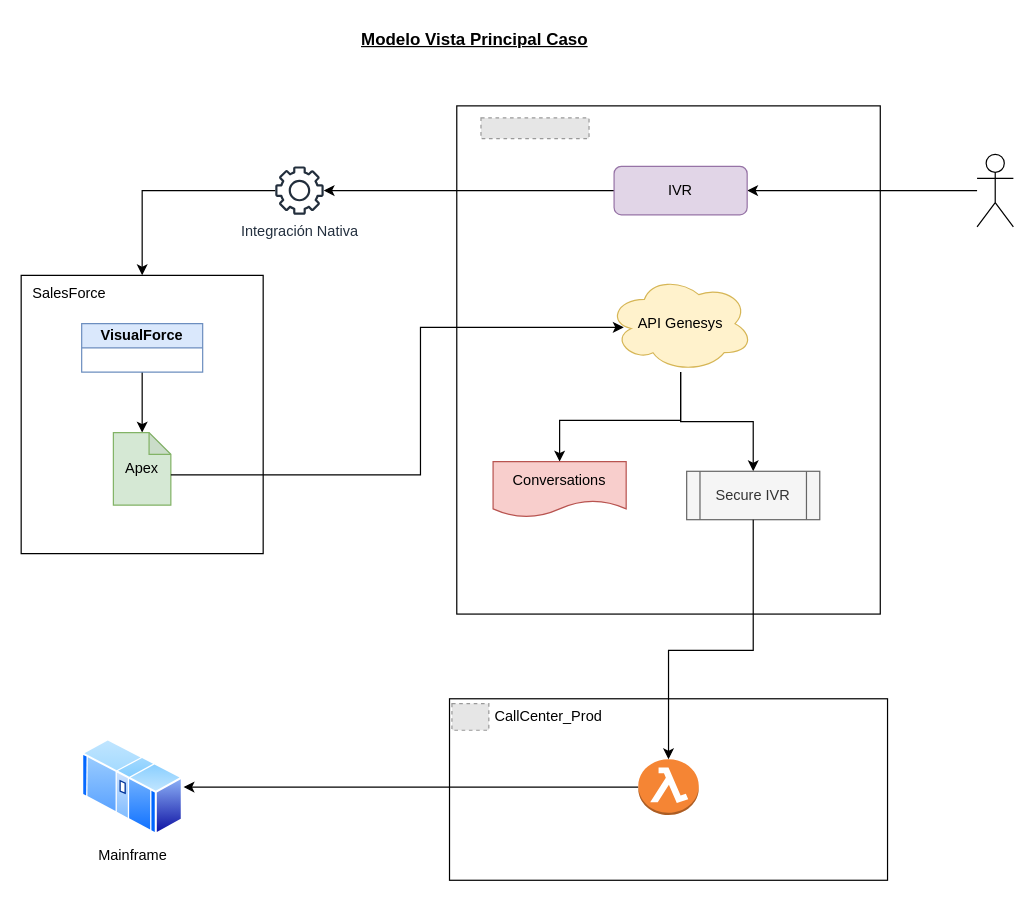
Earlier version of the draw.io diagram page "Modelo Caso" (1 of 3) of Modelo General SF Genesys.drawio (nonate/personalProject). Source tidied: cells renumbered, new cells numbered last; positions are measured from the earlier drawing's top-left corner, leaving out a move shared by most shapes. Both pictures are drawn from the tidied source at 121%, with x=0, y=0 at pixel (21, 21). Pictures stored in the file or linked from it are replaced by grey dashed boxes.
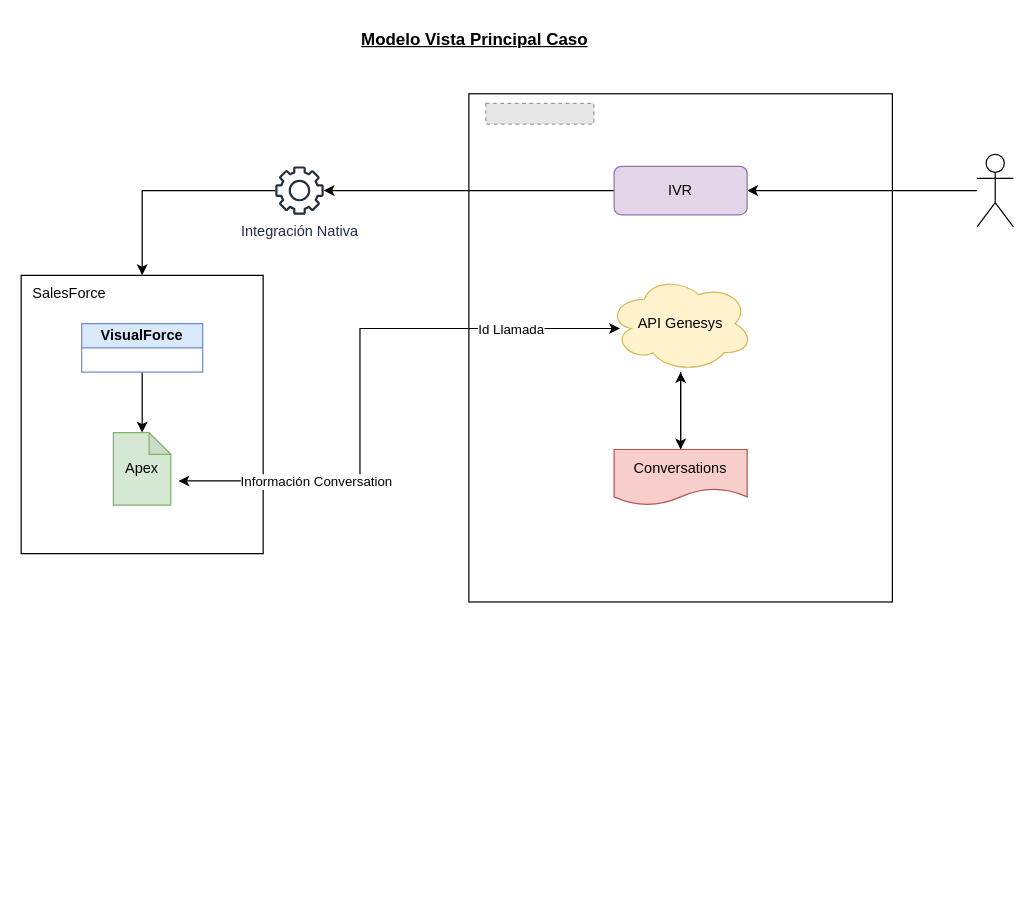
Above is the later version.

The change refers to these unchanged cells:
```xml
<mxCell id="6" value="Apex" style="shape=note;whiteSpace=wrap;html=1;backgroundOutline=1;darkOpacity=0.05;size=18;fillColor=#d5e8d4;strokeColor=#82b366;" parent="1" vertex="1">
  <mxGeometry x="76.2" y="340" width="47.5" height="60" as="geometry" />
</mxCell>
<mxCell id="17" value="API Genesys" style="ellipse;shape=cloud;whiteSpace=wrap;html=1;fillColor=#fff2cc;strokeColor=#d6b656;" parent="1" vertex="1">
  <mxGeometry x="485" y="210" width="120" height="80" as="geometry" />
</mxCell>
```

Diff of the diagram source:
```diff
@@
     <mxCell id="8" style="rounded=0;whiteSpace=wrap;html=1;" parent="1" vertex="1">
-      <mxGeometry x="360" y="70" width="350" height="420" as="geometry" />
+      <mxGeometry x="370" y="60" width="350" height="420" as="geometry" />
     </mxCell>
     <mxCell id="9" style="fillColor=#E6E6E6;strokeColor=#999999;dashed=1;verticalLabelPosition=bottom;labelBackgroundColor=default;verticalAlign=top;" parent="1" vertex="1">
-      <mxGeometry x="380" y="80" width="89.3" height="17" as="geometry" />
+      <mxGeometry x="384" y="68" width="89.3" height="17" as="geometry" />
     </mxCell>
@@
-    <mxCell id="16" style="edgeStyle=orthogonalEdgeStyle;rounded=0;jettySize=auto;html=1;entryX=0.5;entryY=0;entryDx=0;entryDy=0;" parent="1" edge="1" source="17" target="20">
-      <mxGeometry relative="1" as="geometry">
-        <Array as="points">
-          <mxPoint x="545" y="331" />
-          <mxPoint x="605" y="331" />
-        </Array>
-      </mxGeometry>
-    </mxCell>
+    <mxCell id="29" style="edgeStyle=orthogonalEdgeStyle;rounded=0;jettySize=auto;html=1;entryX=0.5;entryY=0;entryDx=0;entryDy=0;" parent="1" edge="1" source="17" target="28">
+      <mxGeometry relative="1" as="geometry">
+        <Array as="points">
+          <mxPoint x="545" y="310" />
+          <mxPoint x="545" y="310" />
+        </Array>
+      </mxGeometry>
+    </mxCell>
@@
-    <mxCell id="18" style="edgeStyle=orthogonalEdgeStyle;rounded=0;jettySize=auto;html=1;entryX=0.108;entryY=0.538;entryDx=0;entryDy=0;entryPerimeter=0;strokeColor=default;" parent="1" edge="1" source="6" target="17">
-      <mxGeometry relative="1" as="geometry">
-        <Array as="points">
-          <mxPoint x="330" y="375" />
-          <mxPoint x="330" y="253" />
-        </Array>
-      </mxGeometry>
-    </mxCell>
-    <mxCell id="19" style="edgeStyle=orthogonalEdgeStyle;rounded=0;jettySize=auto;html=1;entryX=0.5;entryY=0;entryDx=0;entryDy=0;entryPerimeter=0;" parent="1" edge="1" source="17">
-      <mxGeometry relative="1" as="geometry">
-        <mxPoint x="445" y="364" as="targetPoint" />
-        <Array as="points">
-          <mxPoint x="545" y="330" />
-          <mxPoint x="445" y="330" />
-        </Array>
-      </mxGeometry>
-    </mxCell>
-    <mxCell id="20" value="Secure IVR" style="shape=process;whiteSpace=wrap;html=1;backgroundOutline=1;fillColor=#f5f5f5;fontColor=#333333;strokeColor=#666666;" parent="1" vertex="1">
-      <mxGeometry x="550" y="372" width="110" height="40" as="geometry" />
-    </mxCell>
-    <mxCell id="21" style="rounded=0;whiteSpace=wrap;html=1;" parent="1" vertex="1">
-      <mxGeometry x="354" y="560" width="362" height="150" as="geometry" />
-    </mxCell>
-    <mxCell id="22" value="CallCenter_Prod" style="text;html=1;strokeColor=none;fillColor=none;align=center;verticalAlign=middle;whiteSpace=wrap;rounded=0;" parent="1" vertex="1">
-      <mxGeometry x="406" y="560" width="60" height="30" as="geometry" />
-    </mxCell>
-    <mxCell id="23" style="fillColor=#E6E6E6;strokeColor=#999999;dashed=1;verticalLabelPosition=bottom;labelBackgroundColor=default;verticalAlign=top;" parent="1" vertex="1">
-      <mxGeometry x="356" y="564" width="30.5" height="22" as="geometry" />
-    </mxCell>
-    <mxCell id="24" style="edgeStyle=orthogonalEdgeStyle;rounded=0;jettySize=auto;html=1;entryX=1;entryY=0.5;entryDx=0;entryDy=0;" parent="1" edge="1" source="25" target="27">
-      <mxGeometry relative="1" as="geometry" />
-    </mxCell>
-    <mxCell id="25" style="outlineConnect=0;dashed=0;verticalLabelPosition=bottom;verticalAlign=top;align=center;html=1;shape=mxgraph.aws3.lambda_function;fillColor=#F58534;gradientColor=none;" parent="1" vertex="1">
-      <mxGeometry x="510" y="610" width="50" height="46" as="geometry" />
-    </mxCell>
-    <mxCell id="26" style="edgeStyle=orthogonalEdgeStyle;rounded=0;jettySize=auto;html=1;entryX=0.5;entryY=0;entryDx=0;entryDy=0;entryPerimeter=0;" parent="1" edge="1" source="20" target="25">
-      <mxGeometry relative="1" as="geometry">
-        <Array as="points">
-          <mxPoint x="605" y="520" />
-          <mxPoint x="535" y="520" />
-        </Array>
-      </mxGeometry>
-    </mxCell>
-    <mxCell id="27" value="Mainframe" style="image;perimeter=ellipsePerimeter;html=1;align=center;shadow=0;dashed=0;spacingTop=3;image=img/lib/active_directory/mainframe.svg;" parent="1" vertex="1">
-      <mxGeometry x="50" y="593" width="84.2" height="80" as="geometry" />
-    </mxCell>
+    <mxCell id="30" style="edgeStyle=orthogonalEdgeStyle;rounded=0;jettySize=auto;html=1;" parent="1" edge="1" source="28" target="17">
+      <mxGeometry relative="1" as="geometry" />
+    </mxCell>
     <mxCell id="28" value="Conversations" style="shape=document;whiteSpace=wrap;html=1;boundedLbl=1;fillColor=#f8cecc;strokeColor=#b85450;" parent="1" vertex="1">
-      <mxGeometry x="390" y="364" width="110" height="46" as="geometry" />
+      <mxGeometry x="490" y="354" width="110" height="46" as="geometry" />
     </mxCell>
+    <mxCell id="31" style="endArrow=classic;startArrow=classic;html=1;rounded=0;entryX=0.083;entryY=0.55;entryDx=0;entryDy=0;entryPerimeter=0;" parent="1" edge="1" target="17">
+      <mxGeometry relative="1" as="geometry">
+        <mxPoint x="130" y="380" as="sourcePoint" />
+        <Array as="points">
+          <mxPoint x="280" y="380" />
+          <mxPoint x="280" y="330" />
+          <mxPoint x="280" y="254" />
+        </Array>
+      </mxGeometry>
+    </mxCell>
+    <mxCell id="32" value="Id Llamada" style="edgeLabel;html=1;align=center;verticalAlign=middle;" parent="31" vertex="1">
+      <mxGeometry x="0.63" relative="1" as="geometry" />
+    </mxCell>
+    <mxCell id="33" value="Información Conversation" style="edgeLabel;html=1;align=center;verticalAlign=middle;" parent="31" vertex="1">
+      <mxGeometry x="-0.54" relative="1" as="geometry" />
+    </mxCell>
```
